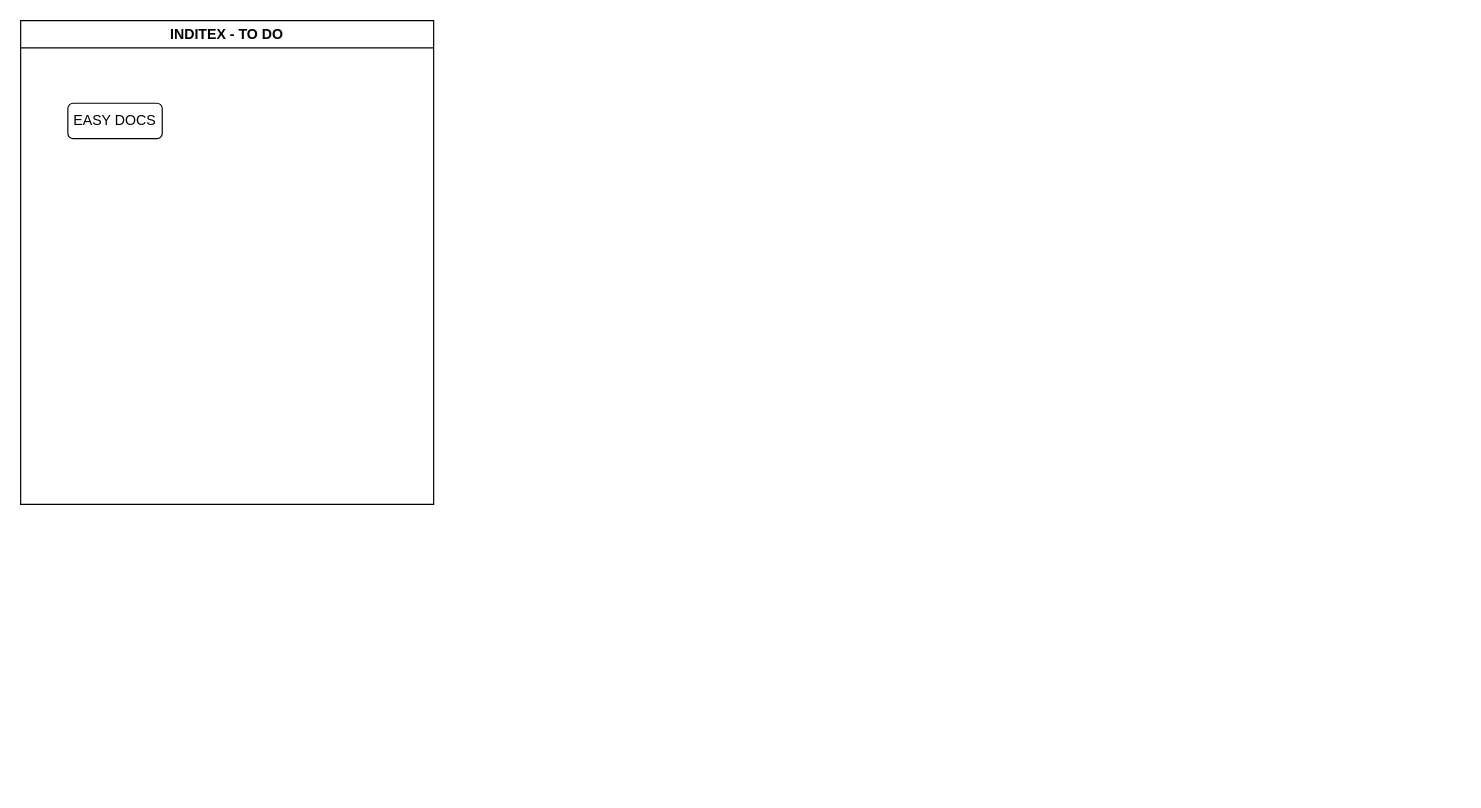
Above: Mockup_AAVV24h.drawio in efmpacheco/DIAGRAMS (draw.io), before the change. Source tidied: cells renumbered, new cells numbered last; positions are measured from the earlier drawing's top-left corner, leaving out a move shared by most shapes. Both pictures are drawn from the tidied source at 118%, with x=0, y=0 at pixel (20, 20).
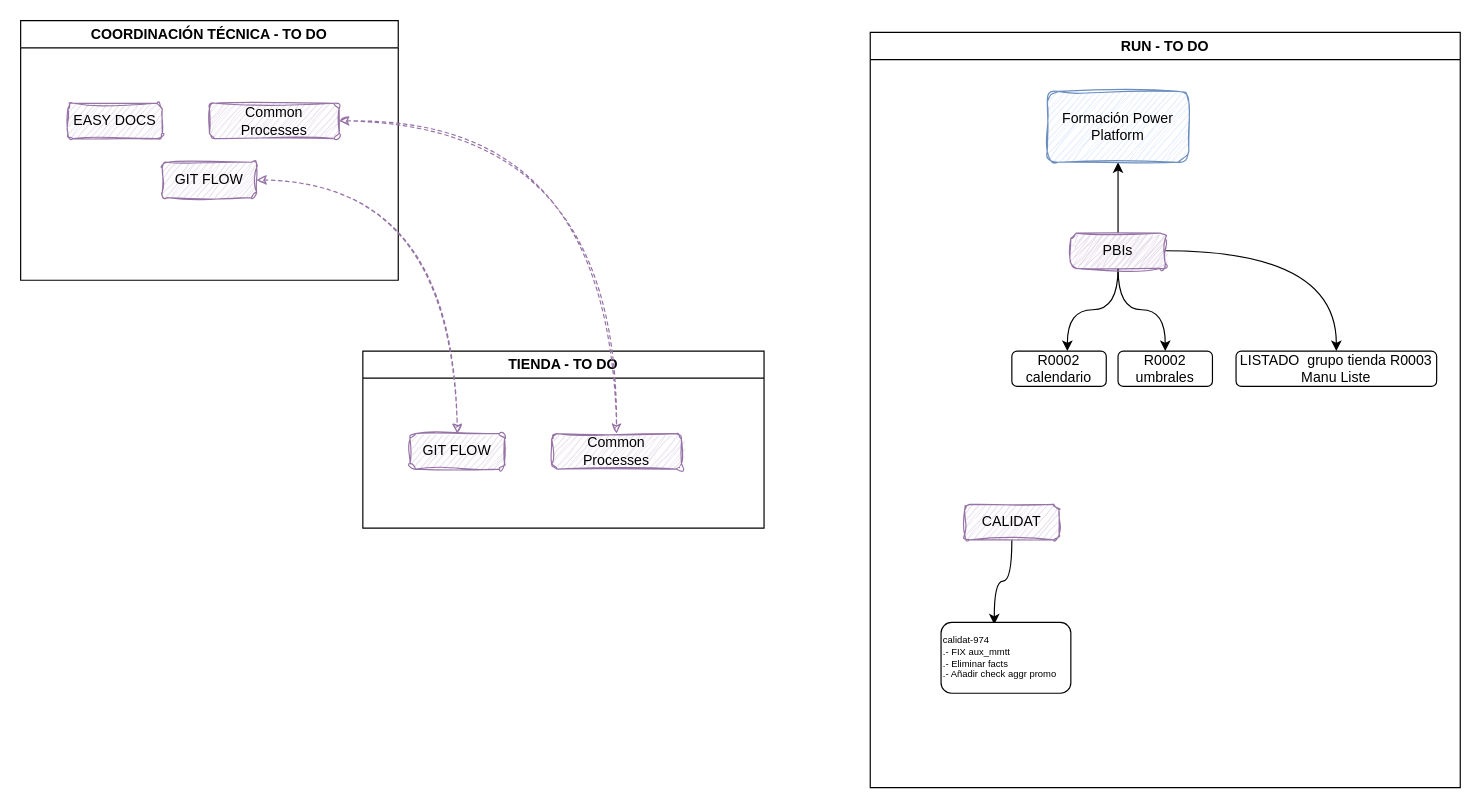
The same page after the edit.

Change to the diagram source:
```diff
@@
-    <mxCell id="2" value="INDITEX - TO DO" style="swimlane;whiteSpace=wrap;html=1;" parent="1" vertex="1">
-      <mxGeometry width="350" height="410" as="geometry" />
+    <mxCell id="2" value="COORDINACIÓN TÉCNICA - TO DO" style="swimlane;whiteSpace=wrap;html=1;" parent="1" vertex="1">
+      <mxGeometry width="320" height="220" as="geometry" />
     </mxCell>
-    <mxCell id="3" value="EASY DOCS" style="rounded=1;whiteSpace=wrap;html=1;" parent="2" vertex="1">
+    <mxCell id="3" value="EASY DOCS" style="rounded=1;whiteSpace=wrap;html=1;fillColor=#e1d5e7;strokeColor=#9673a6;sketch=1;curveFitting=1;jiggle=2;" parent="2" vertex="1">
       <mxGeometry x="40" y="70" width="80" height="30" as="geometry" />
     </mxCell>
+    <mxCell id="4" value="Common Processes&lt;br&gt;" style="rounded=1;whiteSpace=wrap;html=1;fillColor=#e1d5e7;strokeColor=#9673a6;sketch=1;curveFitting=1;jiggle=2;" parent="2" vertex="1">
+      <mxGeometry x="160" y="70" width="110" height="30" as="geometry" />
+    </mxCell>
+    <mxCell id="5" value="GIT FLOW" style="rounded=1;whiteSpace=wrap;html=1;fillColor=#e1d5e7;strokeColor=#9673a6;sketch=1;curveFitting=1;jiggle=2;" parent="2" vertex="1">
+      <mxGeometry x="120" y="120" width="80" height="30" as="geometry" />
+    </mxCell>
+    <mxCell id="6" value="RUN - TO DO" style="swimlane;whiteSpace=wrap;html=1;" parent="1" vertex="1">
+      <mxGeometry x="720" y="10" width="500" height="640" as="geometry" />
+    </mxCell>
+    <mxCell id="7" value="LISTADO&amp;nbsp; grupo tienda R0003&lt;br&gt;Manu Liste" style="rounded=1;whiteSpace=wrap;html=1;" parent="6" vertex="1">
+      <mxGeometry x="310" y="270" width="170" height="30" as="geometry" />
+    </mxCell>
+    <mxCell id="8" style="edgeStyle=orthogonalEdgeStyle;rounded=0;jettySize=auto;html=1;entryX=0.588;entryY=0;entryDx=0;entryDy=0;entryPerimeter=0;curved=1;" parent="6" edge="1" source="12" target="14">
+      <mxGeometry relative="1" as="geometry" />
+    </mxCell>
+    <mxCell id="9" style="edgeStyle=orthogonalEdgeStyle;rounded=0;jettySize=auto;html=1;entryX=0.5;entryY=0;entryDx=0;entryDy=0;curved=1;" parent="6" edge="1" source="12" target="13">
+      <mxGeometry relative="1" as="geometry" />
+    </mxCell>
+    <mxCell id="10" style="edgeStyle=orthogonalEdgeStyle;rounded=0;jettySize=auto;html=1;curved=1;" parent="6" edge="1" source="12" target="15">
+      <mxGeometry relative="1" as="geometry" />
+    </mxCell>
+    <mxCell id="11" style="edgeStyle=orthogonalEdgeStyle;rounded=0;jettySize=auto;html=1;entryX=0.5;entryY=0;entryDx=0;entryDy=0;curved=1;" parent="6" edge="1" source="12" target="7">
+      <mxGeometry relative="1" as="geometry" />
+    </mxCell>
+    <mxCell id="12" value="PBIs" style="rounded=1;whiteSpace=wrap;html=1;sketch=1;curveFitting=1;jiggle=2;glass=0;fillStyle=zigzag;fillColor=#e1d5e7;strokeColor=#9673a6;" parent="6" vertex="1">
+      <mxGeometry x="170" y="170" width="80" height="30" as="geometry" />
+    </mxCell>
+    <mxCell id="13" value="R0002 umbrales" style="rounded=1;whiteSpace=wrap;html=1;" parent="6" vertex="1">
+      <mxGeometry x="210" y="270" width="80" height="30" as="geometry" />
+    </mxCell>
+    <mxCell id="14" value="R0002 calendario" style="rounded=1;whiteSpace=wrap;html=1;" parent="6" vertex="1">
+      <mxGeometry x="120" y="270" width="80" height="30" as="geometry" />
+    </mxCell>
+    <mxCell id="15" value="Formación Power Platform" style="whiteSpace=wrap;html=1;rounded=1;fillColor=#dae8fc;strokeColor=#6c8ebf;glass=0;shadow=0;sketch=1;curveFitting=1;jiggle=2;" parent="6" vertex="1">
+      <mxGeometry x="150" y="50" width="120" height="60" as="geometry" />
+    </mxCell>
+    <mxCell id="16" style="edgeStyle=orthogonalEdgeStyle;rounded=0;jettySize=auto;html=1;entryX=0.41;entryY=0.029;entryDx=0;entryDy=0;entryPerimeter=0;curved=1;" parent="6" edge="1" source="17" target="18">
+      <mxGeometry relative="1" as="geometry" />
+    </mxCell>
+    <mxCell id="17" value="CALIDAT" style="rounded=1;whiteSpace=wrap;html=1;sketch=1;curveFitting=1;jiggle=2;glass=0;fillStyle=hachure;fillColor=#e1d5e7;strokeColor=#9673a6;" parent="6" vertex="1">
+      <mxGeometry x="80" y="400" width="80" height="30" as="geometry" />
+    </mxCell>
+    <mxCell id="18" value="calidat-974&lt;br style=&quot;font-size: 8px;&quot;&gt;.- FIX aux_mmtt&lt;br style=&quot;font-size: 8px;&quot;&gt;.- Eliminar facts&lt;br style=&quot;font-size: 8px;&quot;&gt;.- Añadir check aggr promo" style="rounded=1;whiteSpace=wrap;html=1;align=left;fontSize=8;" parent="6" vertex="1">
+      <mxGeometry x="60" y="500" width="110" height="60" as="geometry" />
+    </mxCell>
+    <mxCell id="19" value="TIENDA - TO DO" style="swimlane;whiteSpace=wrap;html=1;" parent="1" vertex="1">
+      <mxGeometry x="290" y="280" width="340" height="150" as="geometry" />
+    </mxCell>
+    <mxCell id="20" value="GIT FLOW" style="rounded=1;whiteSpace=wrap;html=1;fillColor=#e1d5e7;strokeColor=#9673a6;sketch=1;curveFitting=1;jiggle=2;" parent="19" vertex="1">
+      <mxGeometry x="40" y="70" width="80" height="30" as="geometry" />
+    </mxCell>
+    <mxCell id="21" value="Common Processes&lt;br&gt;" style="rounded=1;whiteSpace=wrap;html=1;fillColor=#e1d5e7;strokeColor=#9673a6;sketch=1;curveFitting=1;jiggle=2;" parent="19" vertex="1">
+      <mxGeometry x="160" y="70" width="110" height="30" as="geometry" />
+    </mxCell>
+    <mxCell id="22" style="edgeStyle=orthogonalEdgeStyle;rounded=0;jettySize=auto;html=1;entryX=0.5;entryY=0;entryDx=0;entryDy=0;startArrow=classic;startFill=1;dashed=1;fillColor=#e1d5e7;strokeColor=#9673a6;curved=1;sketch=1;curveFitting=1;jiggle=2;" parent="1" edge="1" source="5" target="20">
+      <mxGeometry relative="1" as="geometry" />
+    </mxCell>
+    <mxCell id="23" style="edgeStyle=orthogonalEdgeStyle;rounded=0;jettySize=auto;html=1;entryX=0.5;entryY=0;entryDx=0;entryDy=0;curved=1;shadow=0;sketch=1;curveFitting=1;jiggle=2;dashed=1;startArrow=classic;startFill=1;fillColor=#e1d5e7;strokeColor=#9673a6;" parent="1" edge="1" source="4" target="21">
+      <mxGeometry relative="1" as="geometry" />
+    </mxCell>
```
